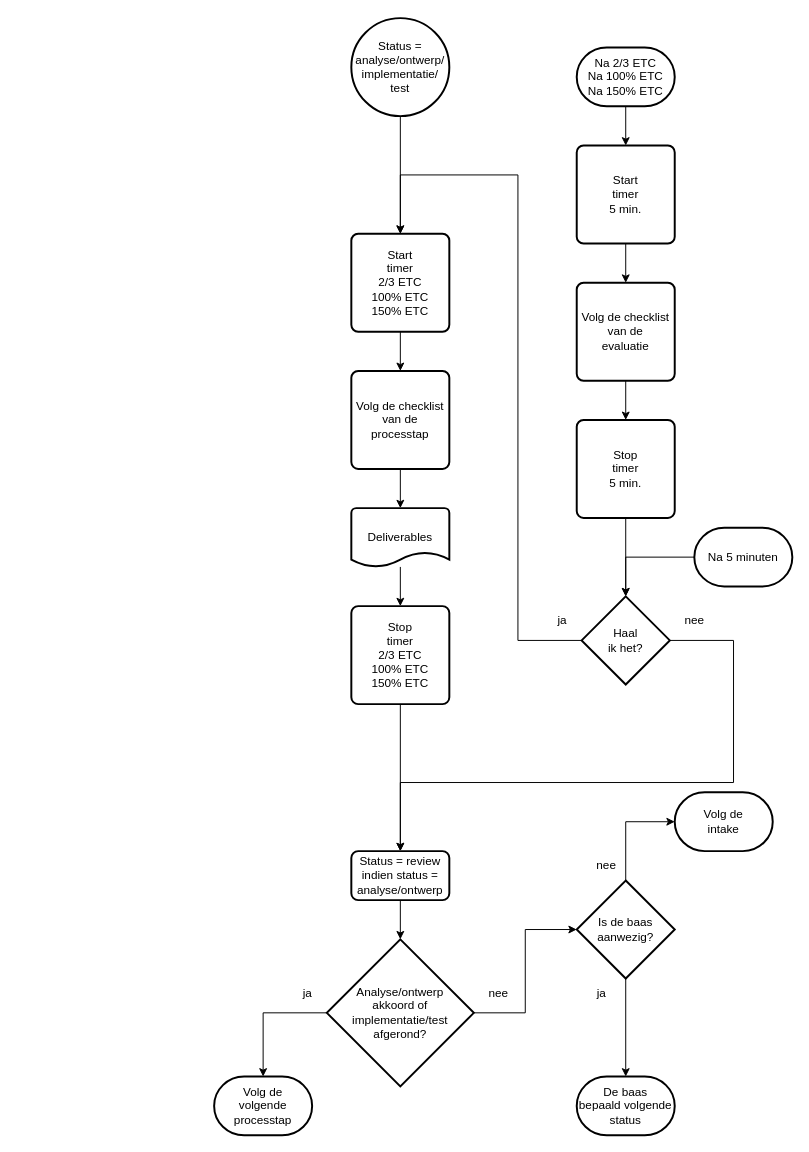
Above: 2 Issue Tracker tijdtriggers.drawio in Zaibatsu89/IssueTracker (draw.io), before the change. Source tidied: cells renumbered, new cells numbered last; positions are measured from the earlier drawing's top-left corner, leaving out a move shared by most shapes. Both pictures are drawn from the tidied source at 98%, with x=0, y=0 at pixel (214, 18).
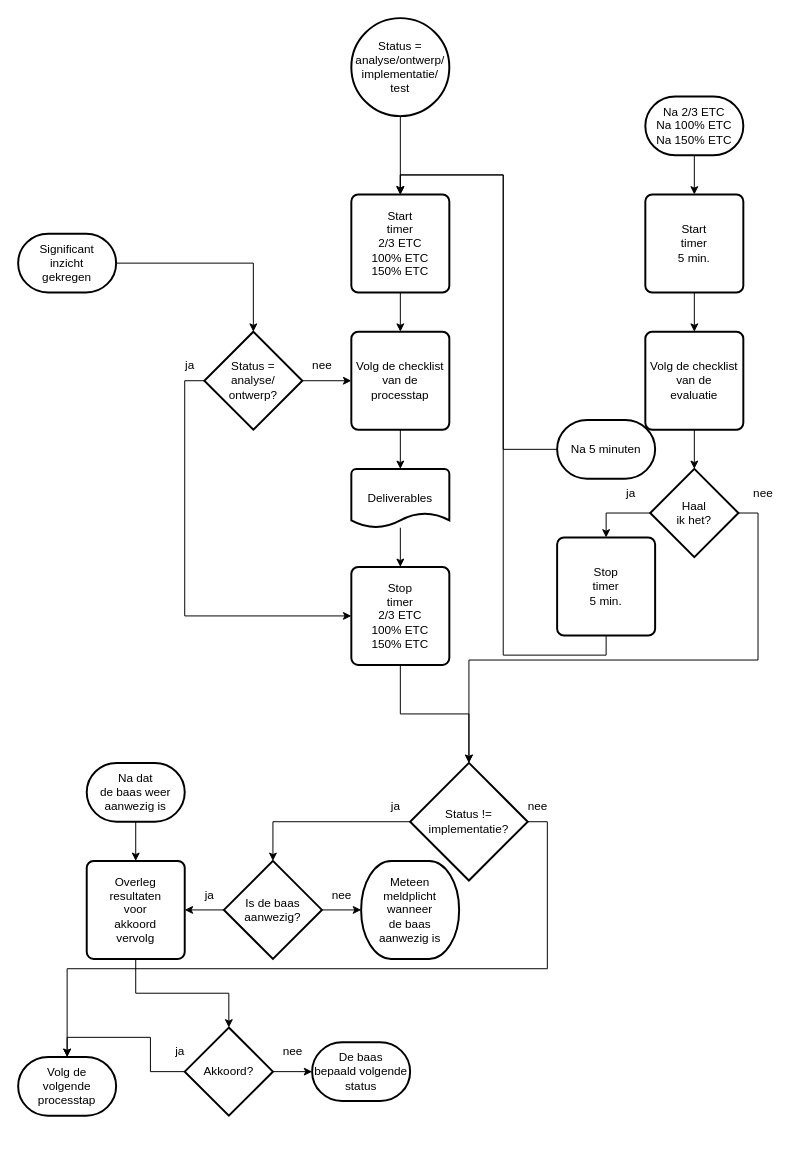
Above is the later version.

Commit message:
refactor(process): Verfijn workflow met validatie- en overlegstappen

What changed in the source:
```diff
@@
     <mxCell id="5" value="Start&lt;br&gt;timer&lt;br&gt;2/3 ETC&lt;br&gt;100% ETC&lt;br&gt;150% ETC" style="rounded=1;whiteSpace=wrap;html=1;absoluteArcSize=1;arcSize=14;strokeWidth=2;" parent="1" vertex="1">
-      <mxGeometry x="140" y="220" width="100" height="100" as="geometry" />
+      <mxGeometry x="140" y="180" width="100" height="100" as="geometry" />
     </mxCell>
@@
     <mxCell id="7" value="Volg de checklist&lt;br&gt;van de&lt;br&gt;processtap" style="rounded=1;whiteSpace=wrap;html=1;absoluteArcSize=1;arcSize=14;strokeWidth=2;" parent="1" vertex="1">
-      <mxGeometry x="140" y="360" width="100" height="100" as="geometry" />
+      <mxGeometry x="140" y="320" width="100" height="100" as="geometry" />
     </mxCell>
-    <mxCell id="8" value="Analyse/ontwerp&lt;br&gt;akkoord of&lt;br&gt;implementatie/test&lt;br&gt;afgerond?" style="strokeWidth=2;html=1;shape=mxgraph.flowchart.decision;whiteSpace=wrap;" parent="1" vertex="1">
-      <mxGeometry x="115" y="940" width="150" height="150" as="geometry" />
+    <mxCell id="8" value="Akkoord?" style="strokeWidth=2;html=1;shape=mxgraph.flowchart.decision;whiteSpace=wrap;" parent="1" vertex="1">
+      <mxGeometry x="-30" y="1030" width="90" height="90" as="geometry" />
     </mxCell>
@@
     <mxCell id="10" value="ja" style="text;html=1;align=center;verticalAlign=middle;strokeColor=none;fillColor=none;" parent="1" vertex="1">
-      <mxGeometry x="80" y="980" width="30" height="30" as="geometry" />
+      <mxGeometry x="-50" y="1040" width="30" height="30" as="geometry" />
     </mxCell>
     <mxCell id="11" value="Volg de&lt;br&gt;volgende&lt;br&gt;processtap" style="strokeWidth=2;html=1;shape=mxgraph.flowchart.terminator;whiteSpace=wrap;" parent="1" vertex="1">
-      <mxGeometry y="1080" width="100" height="60" as="geometry" />
+      <mxGeometry x="-200" y="1060" width="100" height="60" as="geometry" />
     </mxCell>
     <mxCell id="12" value="De baas&lt;br&gt;bepaald volgende&lt;br&gt;status" style="strokeWidth=2;html=1;shape=mxgraph.flowchart.terminator;whiteSpace=wrap;" parent="1" vertex="1">
-      <mxGeometry x="370" y="1080" width="100" height="60" as="geometry" />
+      <mxGeometry x="100" y="1045" width="100" height="60" as="geometry" />
     </mxCell>
     <mxCell id="13" value="nee" style="text;html=1;align=center;verticalAlign=middle;strokeColor=none;fillColor=none;" parent="1" vertex="1">
-      <mxGeometry x="270" y="980" width="40" height="30" as="geometry" />
+      <mxGeometry x="60" y="1040" width="40" height="30" as="geometry" />
     </mxCell>
@@
-    <mxCell id="16" style="edgeStyle=orthogonalEdgeStyle;rounded=0;jettySize=auto;html=1;" parent="1" edge="1" source="17" target="35">
-      <mxGeometry relative="1" as="geometry" />
-    </mxCell>
+    <mxCell id="45" style="edgeStyle=orthogonalEdgeStyle;rounded=0;jettySize=auto;html=1;" parent="1" edge="1" source="17" target="25">
+      <mxGeometry relative="1" as="geometry" />
+    </mxCell>
     <mxCell id="17" value="Volg de checklist&lt;br&gt;van de&lt;br&gt;evaluatie" style="rounded=1;whiteSpace=wrap;html=1;absoluteArcSize=1;arcSize=14;strokeWidth=2;" parent="1" vertex="1">
-      <mxGeometry x="370" y="270" width="100" height="100" as="geometry" />
+      <mxGeometry x="440" y="320" width="100" height="100" as="geometry" />
     </mxCell>
-    <mxCell id="18" style="edgeStyle=orthogonalEdgeStyle;rounded=0;jettySize=auto;html=1;entryX=0.5;entryY=0;entryDx=0;entryDy=0;" parent="1" edge="1" target="22">
-      <mxGeometry relative="1" as="geometry" />
-    </mxCell>
-    <mxCell id="19" style="edgeStyle=orthogonalEdgeStyle;rounded=0;jettySize=auto;html=1;exitX=0.5;exitY=1;exitDx=0;exitDy=0;entryX=0.5;entryY=0;entryDx=0;entryDy=0;" parent="1" edge="1" source="20" target="22">
-      <mxGeometry relative="1" as="geometry" />
-    </mxCell>
+    <mxCell id="46" style="edgeStyle=orthogonalEdgeStyle;rounded=0;jettySize=auto;html=1;" parent="1" edge="1" source="20" target="51">
+      <mxGeometry relative="1" as="geometry" />
+    </mxCell>
     <mxCell id="20" value="Stop&lt;br&gt;timer&lt;br&gt;2/3 ETC&lt;br&gt;100% ETC&lt;br&gt;150% ETC" style="rounded=1;whiteSpace=wrap;html=1;absoluteArcSize=1;arcSize=14;strokeWidth=2;" parent="1" vertex="1">
-      <mxGeometry x="140" y="600" width="100" height="100" as="geometry" />
+      <mxGeometry x="140" y="560" width="100" height="100" as="geometry" />
     </mxCell>
-    <mxCell id="21" style="edgeStyle=orthogonalEdgeStyle;rounded=0;jettySize=auto;html=1;" parent="1" edge="1" source="22" target="8">
-      <mxGeometry relative="1" as="geometry" />
-    </mxCell>
-    <mxCell id="22" value="Status = review&lt;br&gt;indien status =&lt;br&gt;analyse/ontwerp" style="rounded=1;whiteSpace=wrap;html=1;absoluteArcSize=1;arcSize=14;strokeWidth=2;" parent="1" vertex="1">
-      <mxGeometry x="140" y="850" width="100" height="50" as="geometry" />
-    </mxCell>
-    <mxCell id="23" style="edgeStyle=orthogonalEdgeStyle;rounded=0;jettySize=auto;html=1;exitX=1;exitY=0.5;exitDx=0;exitDy=0;exitPerimeter=0;entryX=0.5;entryY=0;entryDx=0;entryDy=0;" parent="1" edge="1" source="25" target="22">
-      <mxGeometry relative="1" as="geometry">
-        <Array as="points">
-          <mxPoint x="530" y="635" />
-          <mxPoint x="530" y="780" />
-          <mxPoint x="190" y="780" />
-        </Array>
-      </mxGeometry>
-    </mxCell>
-    <mxCell id="24" style="edgeStyle=orthogonalEdgeStyle;rounded=0;jettySize=auto;html=1;exitX=0;exitY=0.5;exitDx=0;exitDy=0;exitPerimeter=0;entryX=0.5;entryY=0;entryDx=0;entryDy=0;" parent="1" edge="1" source="25" target="5">
-      <mxGeometry relative="1" as="geometry">
-        <Array as="points">
-          <mxPoint x="310" y="635" />
-          <mxPoint x="310" y="160" />
-          <mxPoint x="190" y="160" />
-        </Array>
-      </mxGeometry>
-    </mxCell>
+    <mxCell id="47" style="edgeStyle=orthogonalEdgeStyle;rounded=0;jettySize=auto;html=1;exitX=0;exitY=0.5;exitDx=0;exitDy=0;exitPerimeter=0;entryX=0.5;entryY=0;entryDx=0;entryDy=0;" parent="1" edge="1" source="25" target="35">
+      <mxGeometry relative="1" as="geometry" />
+    </mxCell>
     <mxCell id="25" value="Haal&lt;br&gt;ik het?" style="strokeWidth=2;html=1;shape=mxgraph.flowchart.decision;whiteSpace=wrap;" parent="1" vertex="1">
-      <mxGeometry x="375" y="590" width="90" height="90" as="geometry" />
+      <mxGeometry x="445" y="460" width="90" height="90" as="geometry" />
     </mxCell>
     <mxCell id="26" value="nee" style="text;html=1;align=center;verticalAlign=middle;strokeColor=none;fillColor=none;" parent="1" vertex="1">
-      <mxGeometry x="470" y="600" width="40" height="30" as="geometry" />
+      <mxGeometry x="540" y="470" width="40" height="30" as="geometry" />
     </mxCell>
     <mxCell id="27" value="ja" style="text;html=1;align=center;verticalAlign=middle;strokeColor=none;fillColor=none;" parent="1" vertex="1">
-      <mxGeometry x="340" y="600" width="30" height="30" as="geometry" />
+      <mxGeometry x="410" y="470" width="30" height="30" as="geometry" />
     </mxCell>
@@
     <mxCell id="29" value="Na 2/3 ETC&lt;br&gt;Na 100% ETC&lt;br&gt;Na 150% ETC" style="strokeWidth=2;html=1;shape=mxgraph.flowchart.terminator;whiteSpace=wrap;" parent="1" vertex="1">
-      <mxGeometry x="370" y="30" width="100" height="60" as="geometry" />
+      <mxGeometry x="440" y="80" width="100" height="60" as="geometry" />
     </mxCell>
@@
     <mxCell id="31" value="Deliverables" style="strokeWidth=2;html=1;shape=mxgraph.flowchart.document2;whiteSpace=wrap;size=0.25;" parent="1" vertex="1">
-      <mxGeometry x="140" y="500" width="100" height="60" as="geometry" />
+      <mxGeometry x="140" y="460" width="100" height="60" as="geometry" />
     </mxCell>
@@
     <mxCell id="33" value="Start&lt;br&gt;timer&lt;br&gt;5 min." style="rounded=1;whiteSpace=wrap;html=1;absoluteArcSize=1;arcSize=14;strokeWidth=2;" parent="1" vertex="1">
-      <mxGeometry x="370" y="130" width="100" height="100" as="geometry" />
+      <mxGeometry x="440" y="180" width="100" height="100" as="geometry" />
     </mxCell>
-    <mxCell id="34" style="edgeStyle=orthogonalEdgeStyle;rounded=0;jettySize=auto;html=1;" parent="1" edge="1" source="35" target="25">
-      <mxGeometry relative="1" as="geometry" />
-    </mxCell>
+    <mxCell id="48" style="edgeStyle=orthogonalEdgeStyle;rounded=0;jettySize=auto;html=1;exitX=0.5;exitY=1;exitDx=0;exitDy=0;entryX=0.5;entryY=0;entryDx=0;entryDy=0;" parent="1" edge="1" source="35" target="5">
+      <mxGeometry relative="1" as="geometry" />
+    </mxCell>
     <mxCell id="35" value="Stop&lt;br&gt;timer&lt;br&gt;5 min." style="rounded=1;whiteSpace=wrap;html=1;absoluteArcSize=1;arcSize=14;strokeWidth=2;" parent="1" vertex="1">
-      <mxGeometry x="370" y="410" width="100" height="100" as="geometry" />
+      <mxGeometry x="350" y="530" width="100" height="100" as="geometry" />
     </mxCell>
+    <mxCell id="49" style="edgeStyle=orthogonalEdgeStyle;rounded=0;jettySize=auto;html=1;exitX=0;exitY=0.5;exitDx=0;exitDy=0;exitPerimeter=0;entryX=0.5;entryY=0;entryDx=0;entryDy=0;" parent="1" edge="1" source="36" target="5">
+      <mxGeometry relative="1" as="geometry" />
+    </mxCell>
     <mxCell id="36" value="Na 5 minuten" style="strokeWidth=2;html=1;shape=mxgraph.flowchart.terminator;whiteSpace=wrap;" parent="1" vertex="1">
-      <mxGeometry x="490" y="520" width="100" height="60" as="geometry" />
+      <mxGeometry x="350" y="410" width="100" height="60" as="geometry" />
     </mxCell>
-    <mxCell id="37" style="edgeStyle=orthogonalEdgeStyle;rounded=0;jettySize=auto;html=1;exitX=0;exitY=0.5;exitDx=0;exitDy=0;exitPerimeter=0;entryX=0.5;entryY=0;entryDx=0;entryDy=0;entryPerimeter=0;" parent="1" edge="1" source="36" target="25">
-      <mxGeometry relative="1" as="geometry" />
-    </mxCell>
+    <mxCell id="43" style="edgeStyle=orthogonalEdgeStyle;rounded=0;jettySize=auto;html=1;" parent="1" edge="1" source="38" target="40">
+      <mxGeometry relative="1" as="geometry" />
+    </mxCell>
+    <mxCell id="50" style="edgeStyle=orthogonalEdgeStyle;rounded=0;jettySize=auto;html=1;exitX=0;exitY=0.5;exitDx=0;exitDy=0;exitPerimeter=0;entryX=1;entryY=0.5;entryDx=0;entryDy=0;" parent="1" edge="1" source="38" target="59">
+      <mxGeometry relative="1" as="geometry" />
+    </mxCell>
     <mxCell id="38" value="Is de baas&lt;br&gt;aanwezig?" style="strokeWidth=2;html=1;shape=mxgraph.flowchart.decision;whiteSpace=wrap;" parent="1" vertex="1">
-      <mxGeometry x="370" y="880" width="100" height="100" as="geometry" />
+      <mxGeometry x="10" y="860" width="100" height="100" as="geometry" />
     </mxCell>
-    <mxCell id="39" style="edgeStyle=orthogonalEdgeStyle;rounded=0;jettySize=auto;html=1;exitX=1;exitY=0.5;exitDx=0;exitDy=0;exitPerimeter=0;entryX=0;entryY=0.5;entryDx=0;entryDy=0;entryPerimeter=0;" parent="1" edge="1" source="8" target="38">
-      <mxGeometry relative="1" as="geometry" />
-    </mxCell>
-    <mxCell id="40" value="Volg de&lt;br&gt;intake" style="strokeWidth=2;html=1;shape=mxgraph.flowchart.terminator;whiteSpace=wrap;" parent="1" vertex="1">
-      <mxGeometry x="470" y="790" width="100" height="60" as="geometry" />
+    <mxCell id="40" value="Meteen&lt;br&gt;meldplicht&lt;br&gt;wanneer&lt;br&gt;de baas&lt;br&gt;aanwezig is" style="strokeWidth=2;html=1;shape=mxgraph.flowchart.terminator;whiteSpace=wrap;" parent="1" vertex="1">
+      <mxGeometry x="150" y="860" width="100" height="100" as="geometry" />
     </mxCell>
     <mxCell id="41" value="ja" style="text;html=1;align=center;verticalAlign=middle;strokeColor=none;fillColor=none;" parent="1" vertex="1">
-      <mxGeometry x="380" y="980" width="30" height="30" as="geometry" />
+      <mxGeometry x="-20" y="880" width="30" height="30" as="geometry" />
     </mxCell>
     <mxCell id="42" value="nee" style="text;html=1;align=center;verticalAlign=middle;strokeColor=none;fillColor=none;" parent="1" vertex="1">
-      <mxGeometry x="380" y="850" width="40" height="30" as="geometry" />
+      <mxGeometry x="110" y="880" width="40" height="30" as="geometry" />
     </mxCell>
-    <mxCell id="43" style="edgeStyle=orthogonalEdgeStyle;rounded=0;jettySize=auto;html=1;exitX=0.5;exitY=0;exitDx=0;exitDy=0;exitPerimeter=0;entryX=0;entryY=0.5;entryDx=0;entryDy=0;entryPerimeter=0;" parent="1" edge="1" source="38" target="40">
-      <mxGeometry relative="1" as="geometry" />
-    </mxCell>
-    <mxCell id="44" style="edgeStyle=orthogonalEdgeStyle;rounded=0;jettySize=auto;html=1;exitX=0.5;exitY=1;exitDx=0;exitDy=0;exitPerimeter=0;entryX=0.5;entryY=0;entryDx=0;entryDy=0;entryPerimeter=0;" parent="1" edge="1" source="38" target="12">
-      <mxGeometry relative="1" as="geometry" />
-    </mxCell>
+    <mxCell id="51" value="Status != implementatie?" style="strokeWidth=2;html=1;shape=mxgraph.flowchart.decision;whiteSpace=wrap;" parent="1" vertex="1">
+      <mxGeometry x="200" y="760" width="120" height="120" as="geometry" />
+    </mxCell>
+    <mxCell id="52" value="ja" style="text;html=1;align=center;verticalAlign=middle;strokeColor=none;fillColor=none;" parent="1" vertex="1">
+      <mxGeometry x="170" y="790" width="30" height="30" as="geometry" />
+    </mxCell>
+    <mxCell id="53" value="nee" style="text;html=1;align=center;verticalAlign=middle;strokeColor=none;fillColor=none;" parent="1" vertex="1">
+      <mxGeometry x="310" y="790" width="40" height="30" as="geometry" />
+    </mxCell>
+    <mxCell id="54" style="edgeStyle=orthogonalEdgeStyle;rounded=0;jettySize=auto;html=1;exitX=1;exitY=0.5;exitDx=0;exitDy=0;exitPerimeter=0;entryX=0.5;entryY=0;entryDx=0;entryDy=0;entryPerimeter=0;" parent="1" edge="1" source="51" target="11">
+      <mxGeometry relative="1" as="geometry" />
+    </mxCell>
+    <mxCell id="55" style="edgeStyle=orthogonalEdgeStyle;rounded=0;jettySize=auto;html=1;exitX=1;exitY=0.5;exitDx=0;exitDy=0;exitPerimeter=0;entryX=0.5;entryY=0;entryDx=0;entryDy=0;entryPerimeter=0;" parent="1" edge="1" source="25" target="51">
+      <mxGeometry relative="1" as="geometry" />
+    </mxCell>
+    <mxCell id="56" style="edgeStyle=orthogonalEdgeStyle;rounded=0;jettySize=auto;html=1;" parent="1" edge="1" source="57" target="59">
+      <mxGeometry relative="1" as="geometry" />
+    </mxCell>
+    <mxCell id="57" value="Na dat&lt;br&gt;de baas weer aanwezig is" style="strokeWidth=2;html=1;shape=mxgraph.flowchart.terminator;whiteSpace=wrap;" parent="1" vertex="1">
+      <mxGeometry x="-130" y="760" width="100" height="60" as="geometry" />
+    </mxCell>
+    <mxCell id="58" style="edgeStyle=orthogonalEdgeStyle;rounded=0;jettySize=auto;html=1;exitX=0;exitY=0.5;exitDx=0;exitDy=0;exitPerimeter=0;entryX=0.5;entryY=0;entryDx=0;entryDy=0;entryPerimeter=0;" parent="1" edge="1" source="51" target="38">
+      <mxGeometry relative="1" as="geometry" />
+    </mxCell>
+    <mxCell id="59" value="Overleg&lt;div&gt;resultaten&lt;/div&gt;&lt;div&gt;voor&lt;/div&gt;&lt;div&gt;akkoord&lt;/div&gt;&lt;div&gt;vervolg&lt;/div&gt;" style="rounded=1;whiteSpace=wrap;html=1;absoluteArcSize=1;arcSize=14;strokeWidth=2;" parent="1" vertex="1">
+      <mxGeometry x="-130" y="860" width="100" height="100" as="geometry" />
+    </mxCell>
+    <mxCell id="60" style="edgeStyle=orthogonalEdgeStyle;rounded=0;jettySize=auto;html=1;entryX=0.5;entryY=0;entryDx=0;entryDy=0;entryPerimeter=0;" parent="1" edge="1" source="59" target="8">
+      <mxGeometry relative="1" as="geometry" />
+    </mxCell>
+    <mxCell id="61" style="edgeStyle=orthogonalEdgeStyle;rounded=0;jettySize=auto;html=1;exitX=1;exitY=0.5;exitDx=0;exitDy=0;exitPerimeter=0;entryX=0;entryY=0.5;entryDx=0;entryDy=0;entryPerimeter=0;" parent="1" edge="1" source="8" target="12">
+      <mxGeometry relative="1" as="geometry" />
+    </mxCell>
+    <mxCell id="62" value="Significant&lt;div&gt;inzicht&lt;/div&gt;&lt;div&gt;gekregen&lt;/div&gt;" style="strokeWidth=2;html=1;shape=mxgraph.flowchart.terminator;whiteSpace=wrap;" parent="1" vertex="1">
+      <mxGeometry x="-200" y="220" width="100" height="60" as="geometry" />
+    </mxCell>
+    <mxCell id="63" style="edgeStyle=orthogonalEdgeStyle;rounded=0;jettySize=auto;html=1;exitX=0;exitY=0.5;exitDx=0;exitDy=0;exitPerimeter=0;entryX=0;entryY=0.5;entryDx=0;entryDy=0;" parent="1" edge="1" source="65" target="20">
+      <mxGeometry relative="1" as="geometry" />
+    </mxCell>
+    <mxCell id="64" style="edgeStyle=orthogonalEdgeStyle;rounded=0;jettySize=auto;html=1;exitX=1;exitY=0.5;exitDx=0;exitDy=0;exitPerimeter=0;entryX=0;entryY=0.5;entryDx=0;entryDy=0;" parent="1" edge="1" source="65" target="7">
+      <mxGeometry relative="1" as="geometry" />
+    </mxCell>
+    <mxCell id="65" value="Status =&lt;br&gt;analyse/&lt;br&gt;ontwerp?" style="strokeWidth=2;html=1;shape=mxgraph.flowchart.decision;whiteSpace=wrap;" parent="1" vertex="1">
+      <mxGeometry x="-10" y="320" width="100" height="100" as="geometry" />
+    </mxCell>
+    <mxCell id="66" style="edgeStyle=orthogonalEdgeStyle;rounded=0;jettySize=auto;html=1;exitX=1;exitY=0.5;exitDx=0;exitDy=0;exitPerimeter=0;entryX=0.5;entryY=0;entryDx=0;entryDy=0;entryPerimeter=0;" parent="1" edge="1" source="62" target="65">
+      <mxGeometry relative="1" as="geometry" />
+    </mxCell>
+    <mxCell id="67" value="nee" style="text;html=1;align=center;verticalAlign=middle;strokeColor=none;fillColor=none;" parent="1" vertex="1">
+      <mxGeometry x="90" y="340" width="40" height="30" as="geometry" />
+    </mxCell>
+    <mxCell id="68" value="ja" style="text;html=1;align=center;verticalAlign=middle;strokeColor=none;fillColor=none;" parent="1" vertex="1">
+      <mxGeometry x="-40" y="340" width="30" height="30" as="geometry" />
+    </mxCell>
```
